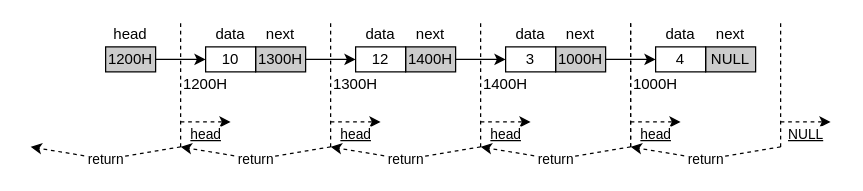
Earlier version of the draw.io diagram page "4" (5 of 6) of images/c-struct-list.drawio (cs-course/marp-public). Source tidied: cells renumbered, new cells numbered last; positions are measured from the earlier drawing's top-left corner, leaving out a move shared by most shapes. Both pictures are drawn from the tidied source at 125%, with x=0, y=0 at pixel (30, 21).
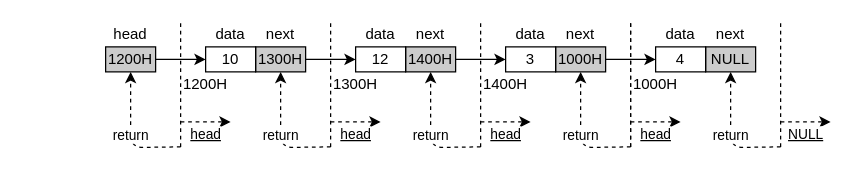
Above is the later version.

The change refers to these unchanged cells:
```xml
<mxCell id="2" value="1300H" style="rounded=0;whiteSpace=wrap;html=1;fillColor=#CCCCCC;" parent="1" vertex="1">
  <mxGeometry x="180" y="20" width="40" height="20" as="geometry" />
</mxCell>
<mxCell id="6" value="1400H" style="rounded=0;whiteSpace=wrap;html=1;fillColor=#CCCCCC;" parent="1" vertex="1">
  <mxGeometry x="300" y="20" width="40" height="20" as="geometry" />
</mxCell>
<mxCell id="13" value="1200H" style="rounded=0;whiteSpace=wrap;html=1;fillColor=#CCCCCC;" parent="1" vertex="1">
  <mxGeometry x="60" y="20" width="40" height="20" as="geometry" />
</mxCell>
<mxCell id="14" value="1000H" style="rounded=0;whiteSpace=wrap;html=1;fillColor=#CCCCCC;" parent="1" vertex="1">
  <mxGeometry x="420" y="20" width="40" height="20" as="geometry" />
</mxCell>
<mxCell id="18" value="NULL" style="rounded=0;whiteSpace=wrap;html=1;fillColor=#CCCCCC;" parent="1" vertex="1">
  <mxGeometry x="540" y="20" width="40" height="20" as="geometry" />
</mxCell>
```

Diff of the diagram source:
```diff
@@
-    <mxCell id="37" value="return" style="endArrow=classic;html=1;dashed=1;" parent="1" edge="1">
+    <mxCell id="37" value="return" style="endArrow=classic;html=1;dashed=1;entryX=0.5;entryY=1;entryDx=0;entryDy=0;edgeStyle=orthogonalEdgeStyle;" parent="1" edge="1" target="18">
       <mxGeometry relative="1" as="geometry">
         <mxPoint x="600" y="100" as="sourcePoint" />
-        <mxPoint x="480" y="100" as="targetPoint" />
-        <Array as="points">
-          <mxPoint x="540" y="110" />
-        </Array>
       </mxGeometry>
     </mxCell>
-    <mxCell id="38" value="return" style="endArrow=classic;html=1;dashed=1;" parent="1" edge="1">
+    <mxCell id="38" value="return" style="endArrow=classic;html=1;dashed=1;edgeStyle=orthogonalEdgeStyle;" parent="1" edge="1" target="14">
       <mxGeometry relative="1" as="geometry">
         <mxPoint x="480" y="100" as="sourcePoint" />
-        <mxPoint x="360" y="100" as="targetPoint" />
-        <Array as="points">
-          <mxPoint x="420" y="110" />
-        </Array>
       </mxGeometry>
     </mxCell>
-    <mxCell id="39" value="return" style="endArrow=classic;html=1;dashed=1;" parent="1" edge="1">
+    <mxCell id="39" value="return" style="endArrow=classic;html=1;dashed=1;edgeStyle=orthogonalEdgeStyle;" parent="1" edge="1" target="6">
       <mxGeometry relative="1" as="geometry">
         <mxPoint x="360" y="100" as="sourcePoint" />
-        <mxPoint x="240" y="100" as="targetPoint" />
-        <Array as="points">
-          <mxPoint x="300" y="110" />
-        </Array>
       </mxGeometry>
     </mxCell>
@@
-    <mxCell id="42" value="return" style="endArrow=classic;html=1;dashed=1;" parent="1" edge="1">
+    <mxCell id="42" value="return" style="endArrow=classic;html=1;dashed=1;edgeStyle=orthogonalEdgeStyle;" parent="1" edge="1" target="2">
       <mxGeometry relative="1" as="geometry">
         <mxPoint x="240" y="100" as="sourcePoint" />
-        <mxPoint x="120" y="100" as="targetPoint" />
-        <Array as="points">
-          <mxPoint x="180" y="110" />
-        </Array>
       </mxGeometry>
     </mxCell>
-    <mxCell id="43" value="return" style="endArrow=classic;html=1;dashed=1;" parent="1" edge="1">
+    <mxCell id="43" value="return" style="endArrow=classic;html=1;dashed=1;edgeStyle=orthogonalEdgeStyle;" parent="1" edge="1" target="13">
       <mxGeometry relative="1" as="geometry">
         <mxPoint x="120" y="100" as="sourcePoint" />
-        <mxPoint y="100" as="targetPoint" />
-        <Array as="points">
-          <mxPoint x="60" y="110" />
-        </Array>
       </mxGeometry>
     </mxCell>
```
